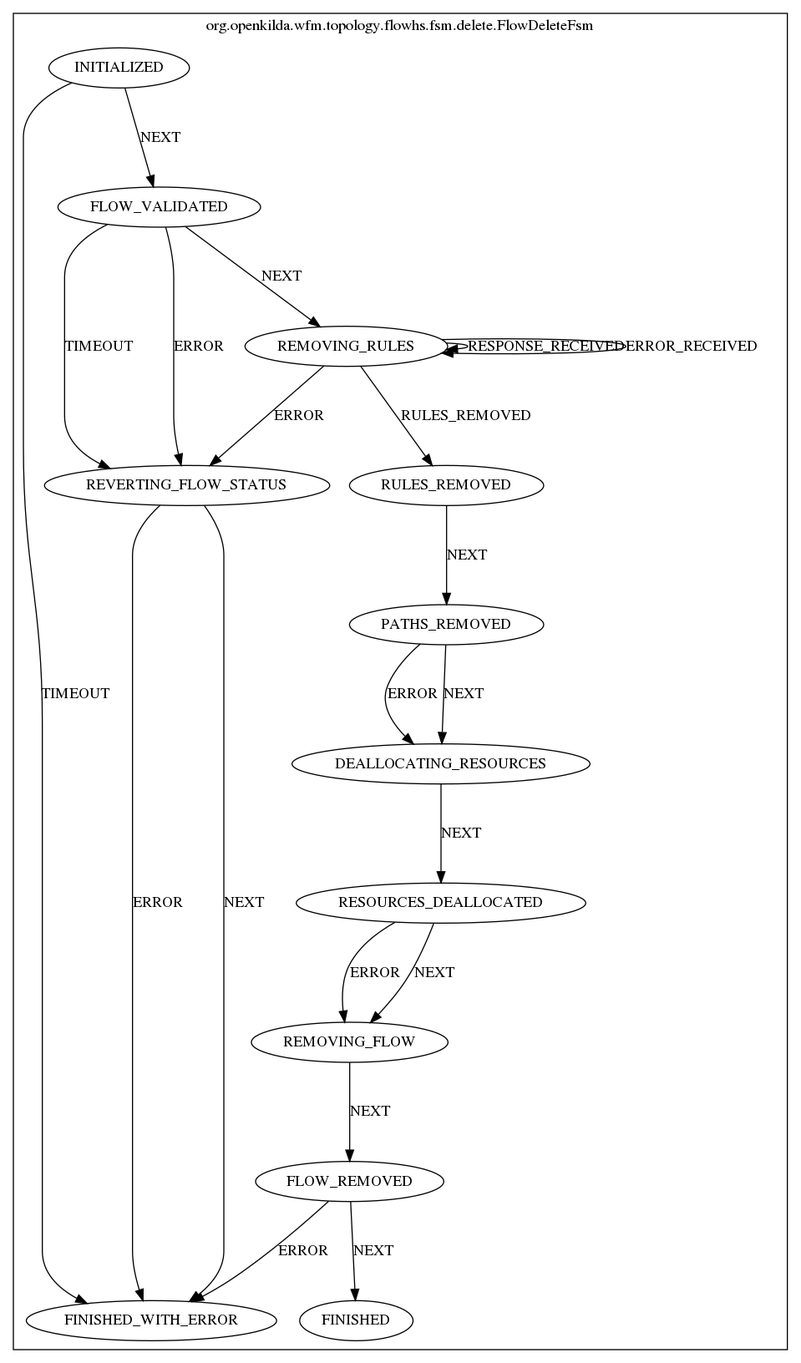
telstra/open-kilda keeps this Graphviz diagram as docs/design/hub-and-spoke/crud/delete/flow-delete-fsm.png. Above is the earlier version. Its source is kept beside it as docs/design/hub-and-spoke/crud/delete/flow-delete-fsm.dot.
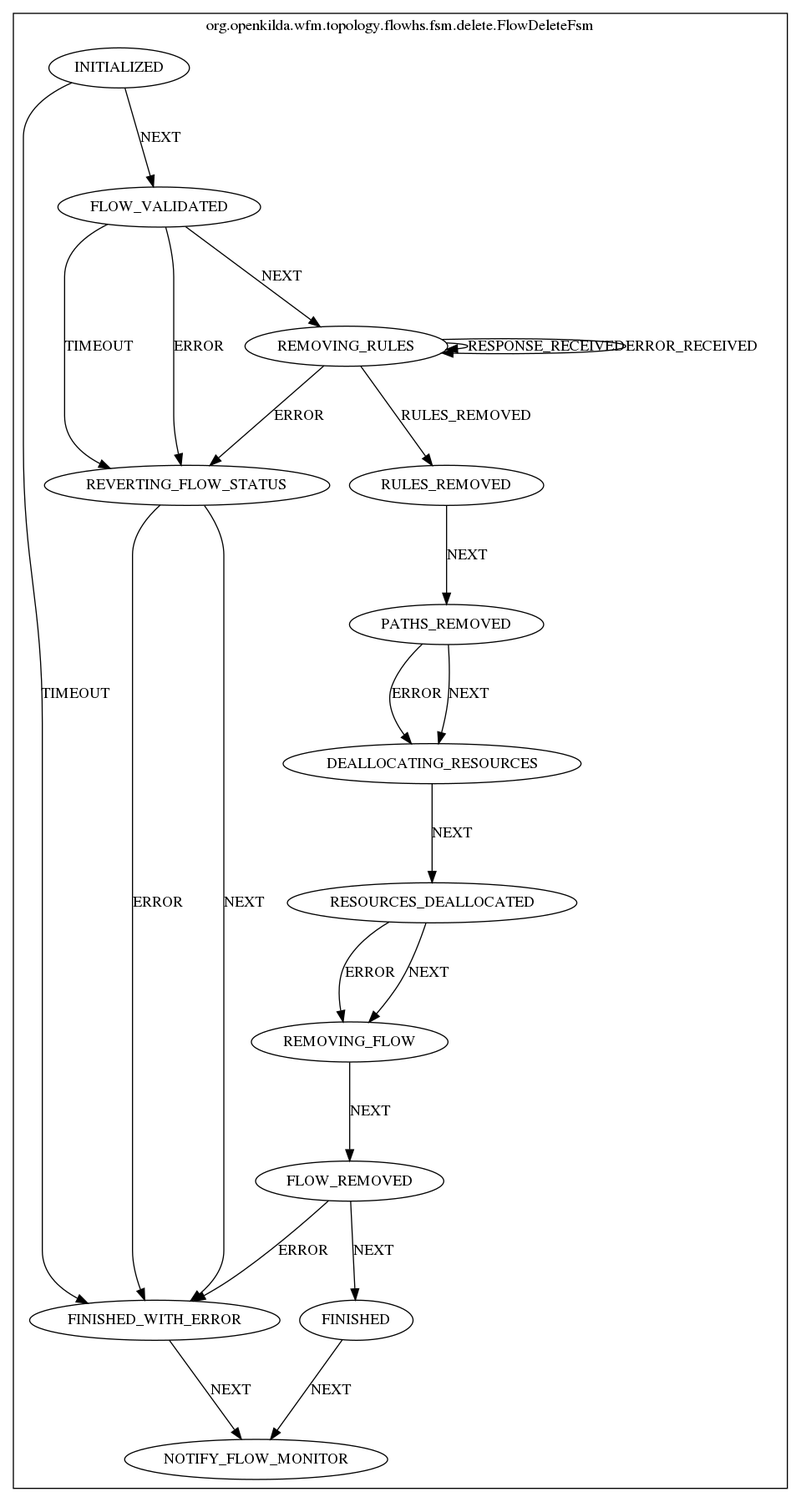
The same file after the commit.

What changed in the source:
```diff
@@ -5,6 +5,7 @@
 FLOW_REMOVED [label="FLOW_REMOVED"];
 FINISHED [label="FINISHED"];
 FINISHED_WITH_ERROR [label="FINISHED_WITH_ERROR"];
+NOTIFY_FLOW_MONITOR [label="NOTIFY_FLOW_MONITOR"];
 REMOVING_FLOW [label="REMOVING_FLOW"];
 FLOW_VALIDATED [label="FLOW_VALIDATED"];
 RULES_REMOVED [label="RULES_REMOVED"];
@@ -16,6 +17,7 @@
 REVERTING_FLOW_STATUS [label="REVERTING_FLOW_STATUS"];
 
 FLOW_REMOVED -> FINISHED [ label="NEXT"];
+FINISHED -> NOTIFY_FLOW_MONITOR [ label="NEXT" ];
 FLOW_REMOVED -> FINISHED_WITH_ERROR [ label="ERROR"];
 REMOVING_FLOW -> FLOW_REMOVED [ label="NEXT"];
 FLOW_VALIDATED -> REMOVING_RULES [ label="NEXT"];
@@ -34,4 +36,6 @@
 REMOVING_RULES -> RULES_REMOVED [ label="RULES_REMOVED"];
 REMOVING_RULES -> REVERTING_FLOW_STATUS [ label="ERROR"];
 REVERTING_FLOW_STATUS -> FINISHED_WITH_ERROR [ label="NEXT"];
-REVERTING_FLOW_STATUS -> FINISHED_WITH_ERROR [ label="ERROR"];}}
+REVERTING_FLOW_STATUS -> FINISHED_WITH_ERROR [ label="ERROR"];
+FINISHED_WITH_ERROR -> NOTIFY_FLOW_MONITOR [ label="NEXT"];
+}}
```
